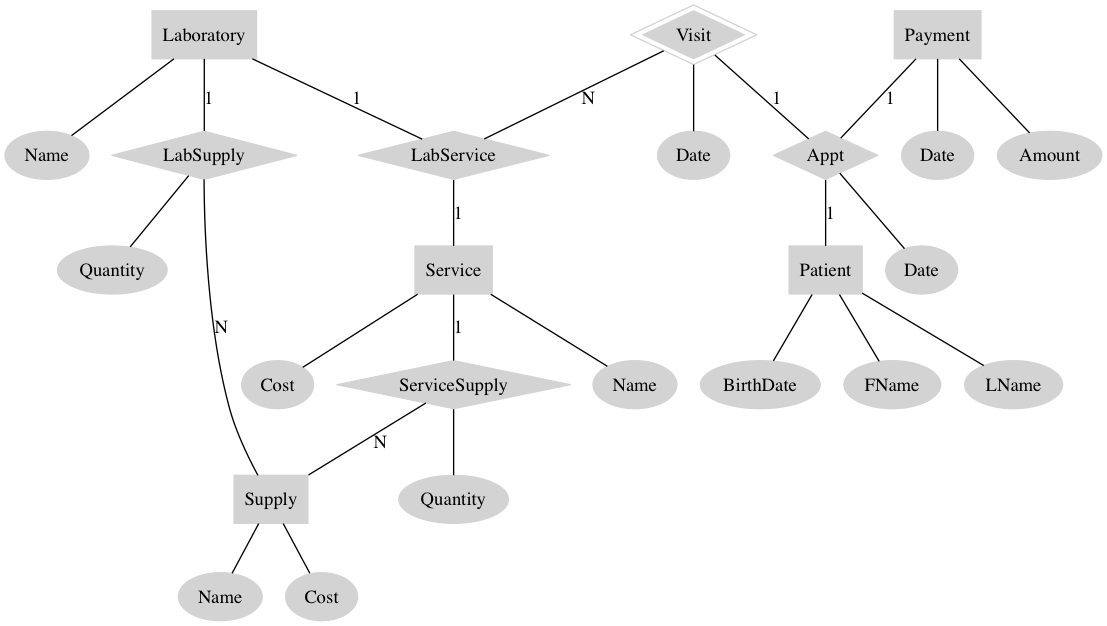
This is doc/er-model.png from cdosborn/prog-4-cs-460, a Graphviz export, as it was before one commit. Its source is kept beside it as doc/er-model.dot. The source it was exported from:
```dot
graph graphname {
    node [shape=diamond,style=filled,color=lightgrey]; Visit; ServiceSupply;
    LabService; LabSupply; Appt;
    node [shape=box]; Patient; Laboratory; Service; Supply; Payment;
    node [shape=ellipse]; {node [label="Quantity"] Quantity0; Quantity1;}; {node [label="Name"] Name0; Name1; Name2;}; {node [label="Cost"] Cost0; Cost1;}; {node [label="Date"] Date0; Date1; Date2;}
    Service -- Cost0
    Service -- Name0
    Service -- ServiceSupply [label="1",len=1.00]
    ServiceSupply -- Supply  [label="N",len=1.00]
    ServiceSupply -- Quantity1
    Appt -- Patient [label="1",len=1.00]
    Appt -- Date2
    Patient -- FName
    Patient -- LName
    Patient -- BirthDate
    Visit -- LabService [label="N",len=1.00];
    Visit -- Date0
    Visit -- Appt [label="1",len=1.00];
    Visit [peripheries=2,color="black:invis:black", style=filled,color=lightgrey];
    Payment -- Amount
    Payment -- Date1
    Payment -- Appt [label="1",len=1.00]
    Laboratory -- LabService [label="1",len=1.00];
    LabService -- Service    [label="1",len=1.00];
    Laboratory -- LabSupply [label="1",len=1.00];
    Laboratory -- Name2
    LabSupply -- Supply    [label="N",len=1.00];
    LabSupply -- Quantity0
    Supply -- Cost1
    Supply -- Name1
}
```
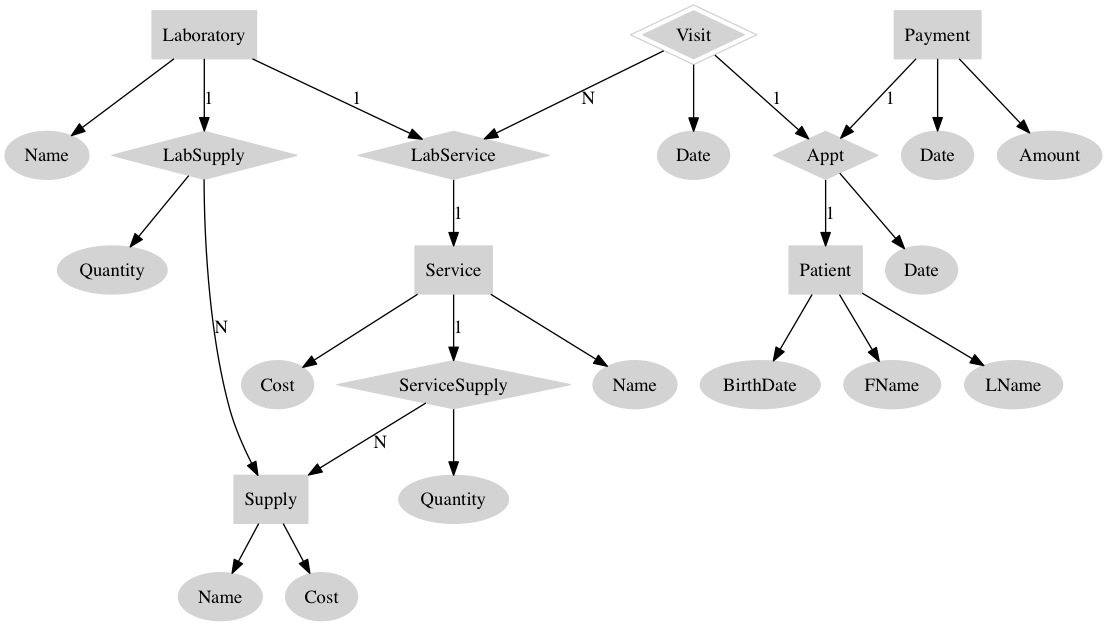
Above is the later version.

Diff of the diagram source:
```diff
@@ -1,31 +1,42 @@
-graph graphname {
+digraph graphname {
     node [shape=diamond,style=filled,color=lightgrey]; Visit; ServiceSupply;
     LabService; LabSupply; Appt;
-    node [shape=box]; Patient; Laboratory; Service; Supply; Payment;
+    node [shape=box]; Patient; Laboratory; Service; Supply; Payment; Procedure;
     node [shape=ellipse]; {node [label="Quantity"] Quantity0; Quantity1;}; {node [label="Name"] Name0; Name1; Name2;}; {node [label="Cost"] Cost0; Cost1;}; {node [label="Date"] Date0; Date1; Date2;}
-    Service -- Cost0
-    Service -- Name0
-    Service -- ServiceSupply [label="1",len=1.00]
-    ServiceSupply -- Supply  [label="N",len=1.00]
-    ServiceSupply -- Quantity1
-    Appt -- Patient [label="1",len=1.00]
-    Appt -- Date2
-    Patient -- FName
-    Patient -- LName
-    Patient -- BirthDate
-    Visit -- LabService [label="N",len=1.00];
-    Visit -- Date0
-    Visit -- Appt [label="1",len=1.00];
-    Visit [peripheries=2,color="black:invis:black", style=filled,color=lightgrey];
-    Payment -- Amount
-    Payment -- Date1
-    Payment -- Appt [label="1",len=1.00]
-    Laboratory -- LabService [label="1",len=1.00];
-    LabService -- Service    [label="1",len=1.00];
-    Laboratory -- LabSupply [label="1",len=1.00];
-    Laboratory -- Name2
-    LabSupply -- Supply    [label="N",len=1.00];
-    LabSupply -- Quantity0
-    Supply -- Cost1
-    Supply -- Name1
+
+    Service -> Cost0
+    Service -> Name0
+
+    ServiceSupply -> Supply  [label="1..N",len=1.00]
+    ServiceSupply -> Quantity1
+    ServiceSupply -> Service [label="1",len=1.00]
+
+    Appt -> Patient [label="1",len=1.00]
+    Appt -> Date2
+
+    Patient -> FName
+    Patient -> LName
+    Patient -> BirthDate
+
+    Visit -> Date0
+    Visit -> Appt [label="1",len=1.00];
+    Visit -> Service [label="1..N",len=1.00];
+
+    Payment -> Amount
+    Payment -> Date1
+    Payment -> Patient [label="1",len=1.00];
+
+    Procedure -> Service [label="1",len=1.00];
+
+    LabService -> Laboratory [label="1",len=1.00];
+    LabService -> Service    [label="1",len=1.00];
+
+    Laboratory -> Name2
+
+    LabSupply -> Supply    [label="1..N",len=1.00];
+    LabSupply -> Quantity0
+    LabSupply -> Laboratory [label="1",len=1.00];
+
+    Supply -> Cost1
+    Supply -> Name1
 }
```
